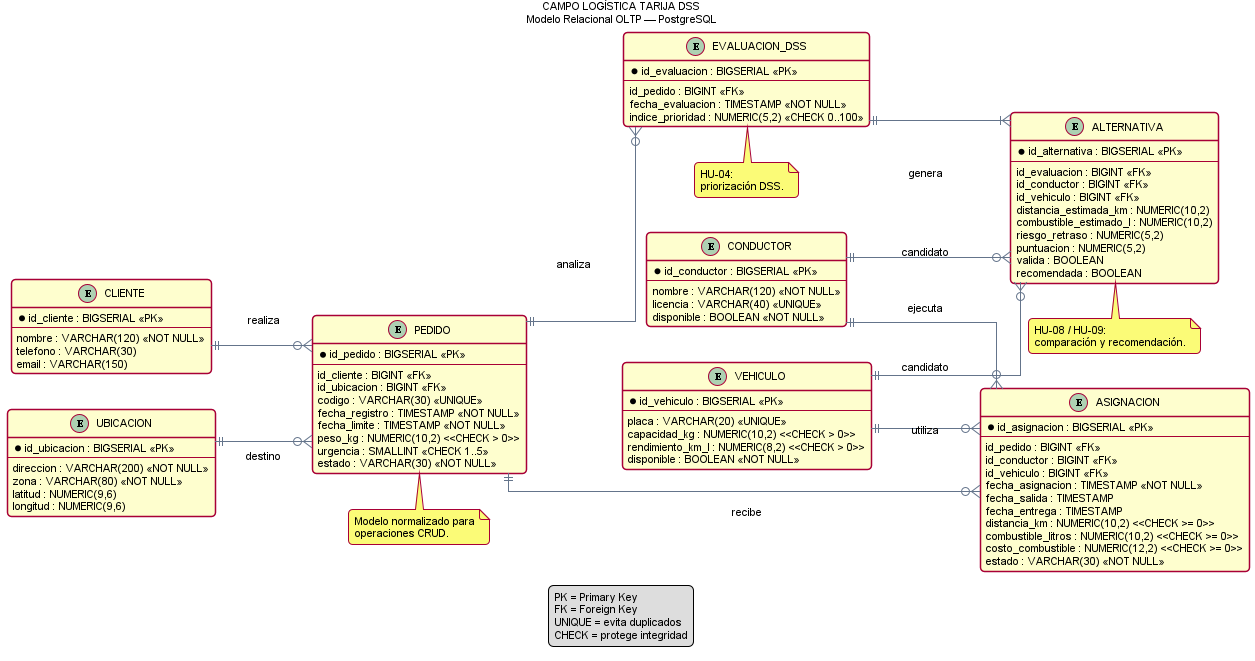
Earlier version of the PlantUML export docs/database/modelo_oltp.png (Dracko23/CAMPOLOGISTICA-DSS). Its diagram source:
```plantuml
@startuml
title CAMPO LOGÍSTICA TARIJA DSS\nModelo Relacional OLTP — PostgreSQL

left to right direction

skinparam backgroundColor white
skinparam shadowing false
skinparam roundcorner 8
skinparam defaultFontName Arial
skinparam defaultFontSize 11
skinparam linetype ortho
skinparam ArrowColor #64748B

entity "CLIENTE" as cliente {
  * id_cliente : BIGSERIAL <<PK>>
  --
  nombre : VARCHAR(120) <<NOT NULL>>
  telefono : VARCHAR(30)
  email : VARCHAR(150)
}

entity "UBICACION" as ubicacion {
  * id_ubicacion : BIGSERIAL <<PK>>
  --
  direccion : VARCHAR(200) <<NOT NULL>>
  zona : VARCHAR(80) <<NOT NULL>>
  latitud : NUMERIC(9,6)
  longitud : NUMERIC(9,6)
}

entity "PEDIDO" as pedido {
  * id_pedido : BIGSERIAL <<PK>>
  --
  id_cliente : BIGINT <<FK>>
  id_ubicacion : BIGINT <<FK>>
  codigo : VARCHAR(30) <<UNIQUE>>
  fecha_registro : TIMESTAMP <<NOT NULL>>
  fecha_limite : TIMESTAMP <<NOT NULL>>
  peso_kg : NUMERIC(10,2) <<CHECK > 0>>
  urgencia : SMALLINT <<CHECK 1..5>>
  estado : VARCHAR(30) <<NOT NULL>>
}

entity "CONDUCTOR" as conductor {
  * id_conductor : BIGSERIAL <<PK>>
  --
  nombre : VARCHAR(120) <<NOT NULL>>
  licencia : VARCHAR(40) <<UNIQUE>>
  disponible : BOOLEAN <<NOT NULL>>
}

entity "VEHICULO" as vehiculo {
  * id_vehiculo : BIGSERIAL <<PK>>
  --
  placa : VARCHAR(20) <<UNIQUE>>
  capacidad_kg : NUMERIC(10,2) <<CHECK > 0>>
  rendimiento_km_l : NUMERIC(8,2) <<CHECK > 0>>
  disponible : BOOLEAN <<NOT NULL>>
}

entity "ASIGNACION" as asignacion {
  * id_asignacion : BIGSERIAL <<PK>>
  --
  id_pedido : BIGINT <<FK>>
  id_conductor : BIGINT <<FK>>
  id_vehiculo : BIGINT <<FK>>
  fecha_asignacion : TIMESTAMP <<NOT NULL>>
  fecha_salida : TIMESTAMP
  fecha_entrega : TIMESTAMP
  distancia_km : NUMERIC(10,2) <<CHECK >= 0>>
  combustible_litros : NUMERIC(10,2) <<CHECK >= 0>>
  costo_combustible : NUMERIC(12,2) <<CHECK >= 0>>
  estado : VARCHAR(30) <<NOT NULL>>
}

entity "EVALUACION_DSS" as evaluacion {
  * id_evaluacion : BIGSERIAL <<PK>>
  --
  id_pedido : BIGINT <<FK>>
  fecha_evaluacion : TIMESTAMP <<NOT NULL>>
  indice_prioridad : NUMERIC(5,2) <<CHECK 0..100>>
}

entity "ALTERNATIVA" as alternativa {
  * id_alternativa : BIGSERIAL <<PK>>
  --
  id_evaluacion : BIGINT <<FK>>
  id_conductor : BIGINT <<FK>>
  id_vehiculo : BIGINT <<FK>>
  distancia_estimada_km : NUMERIC(10,2)
  combustible_estimado_l : NUMERIC(10,2)
  riesgo_retraso : NUMERIC(5,2)
  puntuacion : NUMERIC(5,2)
  valida : BOOLEAN
  recomendada : BOOLEAN
}

cliente ||--o{ pedido : realiza
ubicacion ||--o{ pedido : destino

pedido ||--o{ asignacion : recibe
conductor ||--o{ asignacion : ejecuta
vehiculo ||--o{ asignacion : utiliza

pedido ||--o{ evaluacion : analiza
evaluacion ||--|{ alternativa : genera

conductor ||--o{ alternativa : candidato
vehiculo ||--o{ alternativa : candidato

note bottom of pedido
Modelo normalizado para
operaciones CRUD.
end note

note bottom of evaluacion
HU-04:
priorización DSS.
end note

note bottom of alternativa
HU-08 / HU-09:
comparación y recomendación.
end note

legend bottom
PK = Primary Key
FK = Foreign Key
UNIQUE = evita duplicados
CHECK = protege integridad
endlegend

@enduml
```
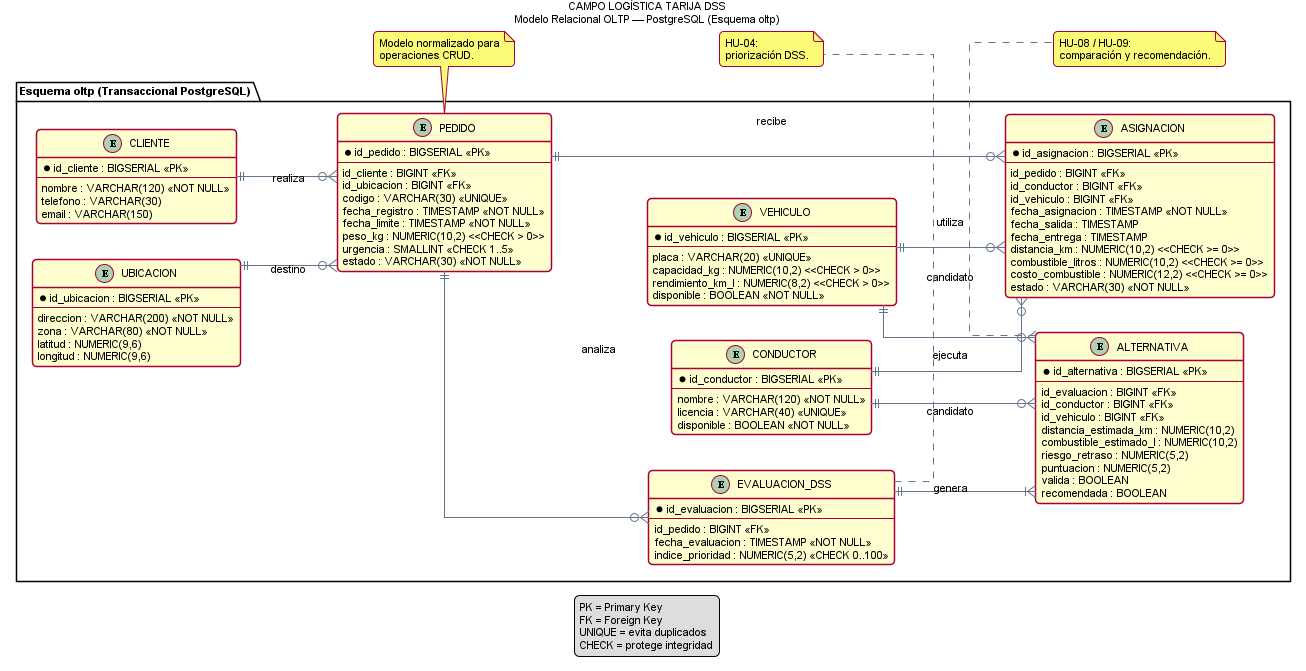
After the commit.

What changed in the source:
```diff
@@ -1,5 +1,5 @@
 @startuml
-title CAMPO LOGÍSTICA TARIJA DSS\nModelo Relacional OLTP — PostgreSQL
+title CAMPO LOGÍSTICA TARIJA DSS\nModelo Relacional OLTP — PostgreSQL (Esquema oltp)
 
 left to right direction
 
@@ -10,6 +10,8 @@
 skinparam defaultFontSize 11
 skinparam linetype ortho
 skinparam ArrowColor #64748B
+
+package "Esquema oltp (Transaccional PostgreSQL)" {
 
 entity "CLIENTE" as cliente {
   * id_cliente : BIGSERIAL <<PK>>
@@ -95,6 +97,8 @@
   recomendada : BOOLEAN
 }
 
+}
+
 cliente ||--o{ pedido : realiza
 ubicacion ||--o{ pedido : destino
 
```
